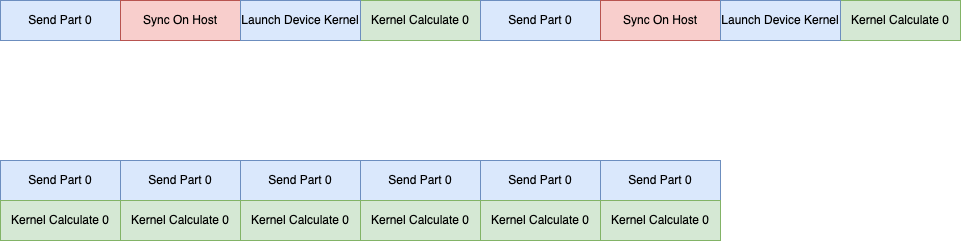
This is TCCL_PIC/RingAllreduceOverlap.drawio.png from BEYHHH/SBLP, a draw.io export, as it was before one commit. Source tidied: cells renumbered, new cells last; positions are measured from the earlier drawing's top-left corner, leaving out a move shared by most shapes.
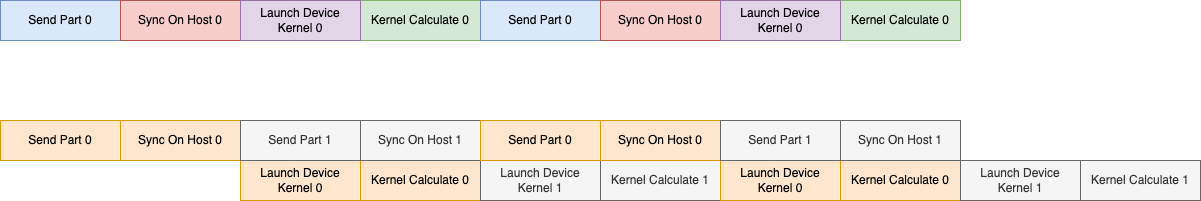
The same diagram one commit later.

What changed in the source:
```diff
@@ -3,64 +3,76 @@
     <mxCell id="0" />
     <mxCell id="1" parent="0" />
     <mxCell id="2" value="Send Part 0" style="rounded=0;whiteSpace=wrap;html=1;fillColor=#dae8fc;strokeColor=#6c8ebf;" parent="1" vertex="1">
-      <mxGeometry width="120" height="40" as="geometry" />
+      <mxGeometry y="-40" width="120" height="40" as="geometry" />
     </mxCell>
-    <mxCell id="3" value="Sync On Host" style="rounded=0;whiteSpace=wrap;html=1;fillColor=#f8cecc;strokeColor=#b85450;" parent="1" vertex="1">
-      <mxGeometry x="120" width="120" height="40" as="geometry" />
+    <mxCell id="3" value="Sync On Host 0" style="rounded=0;whiteSpace=wrap;html=1;fillColor=#f8cecc;strokeColor=#b85450;" parent="1" vertex="1">
+      <mxGeometry x="120" y="-40" width="120" height="40" as="geometry" />
     </mxCell>
-    <mxCell id="4" value="Kernel Calculate 0" style="rounded=0;whiteSpace=wrap;html=1;fillColor=#d5e8d4;strokeColor=#82b366;" parent="1" vertex="1">
-      <mxGeometry x="360" width="120" height="40" as="geometry" />
+    <mxCell id="4" value="Kernel Calculate 0" style="rounded=0;whiteSpace=wrap;html=1;fillColor=#ffe6cc;strokeColor=#d79b00;" parent="1" vertex="1">
+      <mxGeometry x="360" y="120" width="120" height="40" as="geometry" />
     </mxCell>
-    <mxCell id="5" value="Send Part 0" style="rounded=0;whiteSpace=wrap;html=1;fillColor=#dae8fc;strokeColor=#6c8ebf;" parent="1" vertex="1">
-      <mxGeometry x="480" width="120" height="40" as="geometry" />
-    </mxCell>
-    <mxCell id="6" value="Sync On Host" style="rounded=0;whiteSpace=wrap;html=1;fillColor=#f8cecc;strokeColor=#b85450;" parent="1" vertex="1">
-      <mxGeometry x="600" width="120" height="40" as="geometry" />
-    </mxCell>
-    <mxCell id="7" value="Kernel Calculate 0" style="rounded=0;whiteSpace=wrap;html=1;fillColor=#d5e8d4;strokeColor=#82b366;" parent="1" vertex="1">
-      <mxGeometry x="840" width="120" height="40" as="geometry" />
-    </mxCell>
-    <mxCell id="8" value="Send Part 0" style="rounded=0;whiteSpace=wrap;html=1;fillColor=#dae8fc;strokeColor=#6c8ebf;" parent="1" vertex="1">
-      <mxGeometry y="160" width="120" height="40" as="geometry" />
-    </mxCell>
-    <mxCell id="9" value="Kernel Calculate 0" style="rounded=0;whiteSpace=wrap;html=1;fillColor=#d5e8d4;strokeColor=#82b366;" parent="1" vertex="1">
-      <mxGeometry y="200" width="120" height="40" as="geometry" />
-    </mxCell>
-    <mxCell id="10" value="Send Part 0" style="rounded=0;whiteSpace=wrap;html=1;fillColor=#dae8fc;strokeColor=#6c8ebf;" parent="1" vertex="1">
-      <mxGeometry x="120" y="160" width="120" height="40" as="geometry" />
-    </mxCell>
-    <mxCell id="11" value="Kernel Calculate 0" style="rounded=0;whiteSpace=wrap;html=1;fillColor=#d5e8d4;strokeColor=#82b366;" parent="1" vertex="1">
-      <mxGeometry x="120" y="200" width="120" height="40" as="geometry" />
-    </mxCell>
-    <mxCell id="12" value="Send Part 0" style="rounded=0;whiteSpace=wrap;html=1;fillColor=#dae8fc;strokeColor=#6c8ebf;" parent="1" vertex="1">
-      <mxGeometry x="240" y="160" width="120" height="40" as="geometry" />
-    </mxCell>
-    <mxCell id="13" value="Kernel Calculate 0" style="rounded=0;whiteSpace=wrap;html=1;fillColor=#d5e8d4;strokeColor=#82b366;" parent="1" vertex="1">
-      <mxGeometry x="240" y="200" width="120" height="40" as="geometry" />
-    </mxCell>
-    <mxCell id="14" value="Send Part 0" style="rounded=0;whiteSpace=wrap;html=1;fillColor=#dae8fc;strokeColor=#6c8ebf;" parent="1" vertex="1">
-      <mxGeometry x="360" y="160" width="120" height="40" as="geometry" />
-    </mxCell>
-    <mxCell id="15" value="Kernel Calculate 0" style="rounded=0;whiteSpace=wrap;html=1;fillColor=#d5e8d4;strokeColor=#82b366;" parent="1" vertex="1">
-      <mxGeometry x="360" y="200" width="120" height="40" as="geometry" />
-    </mxCell>
-    <mxCell id="16" value="Send Part 0" style="rounded=0;whiteSpace=wrap;html=1;fillColor=#dae8fc;strokeColor=#6c8ebf;" parent="1" vertex="1">
-      <mxGeometry x="480" y="160" width="120" height="40" as="geometry" />
-    </mxCell>
-    <mxCell id="17" value="Kernel Calculate 0" style="rounded=0;whiteSpace=wrap;html=1;fillColor=#d5e8d4;strokeColor=#82b366;" parent="1" vertex="1">
-      <mxGeometry x="480" y="200" width="120" height="40" as="geometry" />
-    </mxCell>
-    <mxCell id="18" value="Send Part 0" style="rounded=0;whiteSpace=wrap;html=1;fillColor=#dae8fc;strokeColor=#6c8ebf;" parent="1" vertex="1">
-      <mxGeometry x="600" y="160" width="120" height="40" as="geometry" />
-    </mxCell>
-    <mxCell id="19" value="Kernel Calculate 0" style="rounded=0;whiteSpace=wrap;html=1;fillColor=#d5e8d4;strokeColor=#82b366;" parent="1" vertex="1">
-      <mxGeometry x="600" y="200" width="120" height="40" as="geometry" />
-    </mxCell>
-    <mxCell id="20" value="Launch Device Kernel" style="rounded=0;whiteSpace=wrap;html=1;fillColor=#dae8fc;strokeColor=#6c8ebf;" parent="1" vertex="1">
-      <mxGeometry x="240" width="120" height="40" as="geometry" />
+    <mxCell id="20" value="Launch Device &lt;br&gt;Kernel 0" style="rounded=0;whiteSpace=wrap;html=1;fillColor=#ffe6cc;strokeColor=#d79b00;" parent="1" vertex="1">
+      <mxGeometry x="240" y="120" width="120" height="40" as="geometry" />
     </mxCell>
-    <mxCell id="21" value="Launch Device Kernel" style="rounded=0;whiteSpace=wrap;html=1;fillColor=#dae8fc;strokeColor=#6c8ebf;" parent="1" vertex="1">
-      <mxGeometry x="720" width="120" height="40" as="geometry" />
-    </mxCell>
+    <mxCell id="22" value="Send Part 0" style="rounded=0;whiteSpace=wrap;html=1;fillColor=#ffe6cc;strokeColor=#d79b00;" parent="1" vertex="1">
+      <mxGeometry y="80" width="120" height="40" as="geometry" />
+    </mxCell>
+    <mxCell id="23" value="Sync On Host 0" style="rounded=0;whiteSpace=wrap;html=1;fillColor=#ffe6cc;strokeColor=#d79b00;" parent="1" vertex="1">
+      <mxGeometry x="120" y="80" width="120" height="40" as="geometry" />
+    </mxCell>
+    <mxCell id="24" value="Kernel Calculate 1" style="rounded=0;whiteSpace=wrap;html=1;fillColor=#f5f5f5;strokeColor=#666666;fontColor=#333333;" parent="1" vertex="1">
+      <mxGeometry x="600" y="120" width="120" height="40" as="geometry" />
+    </mxCell>
+    <mxCell id="25" value="Launch Device &lt;br&gt;Kernel 1" style="rounded=0;whiteSpace=wrap;html=1;fillColor=#f5f5f5;strokeColor=#666666;fontColor=#333333;" parent="1" vertex="1">
+      <mxGeometry x="480" y="120" width="120" height="40" as="geometry" />
+    </mxCell>
+    <mxCell id="26" value="Send Part 1" style="rounded=0;whiteSpace=wrap;html=1;fillColor=#f5f5f5;strokeColor=#666666;fontColor=#333333;" parent="1" vertex="1">
+      <mxGeometry x="240" y="80" width="120" height="40" as="geometry" />
+    </mxCell>
+    <mxCell id="27" value="Sync On Host 1" style="rounded=0;whiteSpace=wrap;html=1;fillColor=#f5f5f5;strokeColor=#666666;fontColor=#333333;" parent="1" vertex="1">
+      <mxGeometry x="360" y="80" width="120" height="40" as="geometry" />
+    </mxCell>
+    <mxCell id="28" value="Kernel Calculate 0" style="rounded=0;whiteSpace=wrap;html=1;fillColor=#ffe6cc;strokeColor=#d79b00;" parent="1" vertex="1">
+      <mxGeometry x="840" y="120" width="120" height="40" as="geometry" />
+    </mxCell>
+    <mxCell id="29" value="Launch Device &lt;br&gt;Kernel 0" style="rounded=0;whiteSpace=wrap;html=1;fillColor=#ffe6cc;strokeColor=#d79b00;" parent="1" vertex="1">
+      <mxGeometry x="720" y="120" width="120" height="40" as="geometry" />
+    </mxCell>
+    <mxCell id="30" value="Send Part 0" style="rounded=0;whiteSpace=wrap;html=1;fillColor=#ffe6cc;strokeColor=#d79b00;" parent="1" vertex="1">
+      <mxGeometry x="480" y="80" width="120" height="40" as="geometry" />
+    </mxCell>
+    <mxCell id="31" value="Sync On Host 0" style="rounded=0;whiteSpace=wrap;html=1;fillColor=#ffe6cc;strokeColor=#d79b00;" parent="1" vertex="1">
+      <mxGeometry x="600" y="80" width="120" height="40" as="geometry" />
+    </mxCell>
+    <mxCell id="32" value="Kernel Calculate 1" style="rounded=0;whiteSpace=wrap;html=1;fillColor=#f5f5f5;strokeColor=#666666;fontColor=#333333;" parent="1" vertex="1">
+      <mxGeometry x="1080" y="120" width="120" height="40" as="geometry" />
+    </mxCell>
+    <mxCell id="33" value="Launch Device &lt;br&gt;Kernel 1" style="rounded=0;whiteSpace=wrap;html=1;fillColor=#f5f5f5;strokeColor=#666666;fontColor=#333333;" parent="1" vertex="1">
+      <mxGeometry x="960" y="120" width="120" height="40" as="geometry" />
+    </mxCell>
+    <mxCell id="34" value="Send Part 1" style="rounded=0;whiteSpace=wrap;html=1;fillColor=#f5f5f5;strokeColor=#666666;fontColor=#333333;" parent="1" vertex="1">
+      <mxGeometry x="720" y="80" width="120" height="40" as="geometry" />
+    </mxCell>
+    <mxCell id="35" value="Sync On Host 1" style="rounded=0;whiteSpace=wrap;html=1;fillColor=#f5f5f5;strokeColor=#666666;fontColor=#333333;" parent="1" vertex="1">
+      <mxGeometry x="840" y="80" width="120" height="40" as="geometry" />
+    </mxCell>
+    <mxCell id="36" value="Kernel Calculate 0" style="rounded=0;whiteSpace=wrap;html=1;fillColor=#d5e8d4;strokeColor=#82b366;" parent="1" vertex="1">
+      <mxGeometry x="360" y="-40" width="120" height="40" as="geometry" />
+    </mxCell>
+    <mxCell id="37" value="Launch Device &lt;br&gt;Kernel 0" style="rounded=0;whiteSpace=wrap;html=1;fillColor=#e1d5e7;strokeColor=#9673a6;" parent="1" vertex="1">
+      <mxGeometry x="240" y="-40" width="120" height="40" as="geometry" />
+    </mxCell>
+    <mxCell id="38" value="Send Part 0" style="rounded=0;whiteSpace=wrap;html=1;fillColor=#dae8fc;strokeColor=#6c8ebf;" parent="1" vertex="1">
+      <mxGeometry x="480" y="-40" width="120" height="40" as="geometry" />
+    </mxCell>
+    <mxCell id="39" value="Sync On Host 0" style="rounded=0;whiteSpace=wrap;html=1;fillColor=#f8cecc;strokeColor=#b85450;" parent="1" vertex="1">
+      <mxGeometry x="600" y="-40" width="120" height="40" as="geometry" />
+    </mxCell>
+    <mxCell id="40" value="Kernel Calculate 0" style="rounded=0;whiteSpace=wrap;html=1;fillColor=#d5e8d4;strokeColor=#82b366;" parent="1" vertex="1">
+      <mxGeometry x="840" y="-40" width="120" height="40" as="geometry" />
+    </mxCell>
+    <mxCell id="41" value="Launch Device &lt;br&gt;Kernel 0" style="rounded=0;whiteSpace=wrap;html=1;fillColor=#e1d5e7;strokeColor=#9673a6;" parent="1" vertex="1">
+      <mxGeometry x="720" y="-40" width="120" height="40" as="geometry" />
+    </mxCell>
   </root>
 </mxGraphModel>
```
